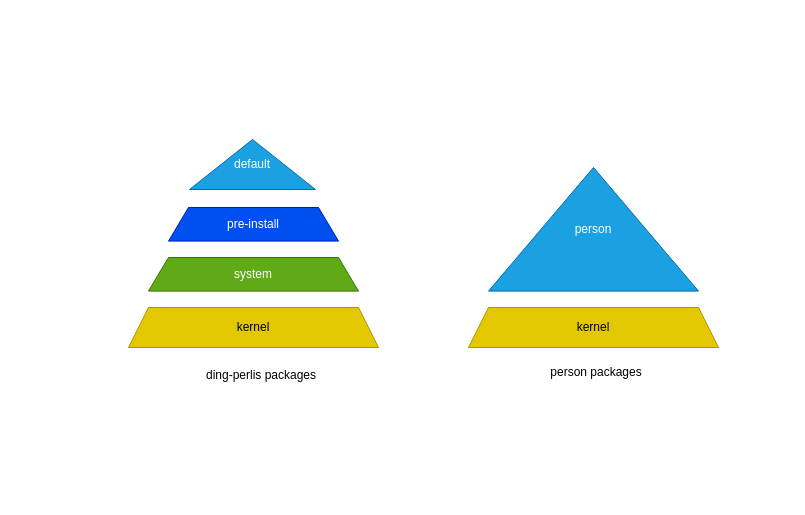
Before: dap概念图.drawio in xiaohanzhang1/draw, a draw.io diagram. Source tidied: cells renumbered, new cells numbered last; positions are measured from the earlier drawing's top-left corner, leaving out a move shared by most shapes. Both pictures are drawn from the tidied source at 100%, with x=0, y=0 at pixel (128, 139).
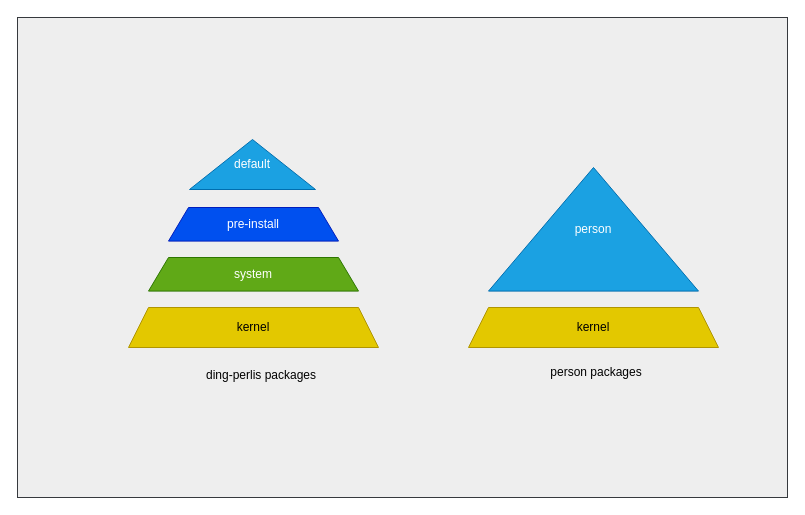
The same diagram, later.

Commit message (it also covers changes not shown here):
更新dap概念图.drawio

Diff of the diagram source:
```diff
@@
 <mxGraphModel>
   <root>
     <mxCell id="0" />
     <mxCell id="1" parent="0" />
+    <mxCell id="10" style="rounded=0;whiteSpace=wrap;html=1;fillColor=#eeeeee;strokeColor=#36393d;" parent="1" vertex="1">
+      <mxGeometry x="-111" y="-122" width="770" height="480" as="geometry" />
+    </mxCell>
     <mxCell id="2" value="kernel" style="shape=trapezoid;perimeter=trapezoidPerimeter;whiteSpace=wrap;html=1;fixedSize=1;fillColor=#e3c800;fontColor=#000000;strokeColor=#B09500;" parent="1" vertex="1">
       <mxGeometry y="168" width="250" height="40" as="geometry" />
     </mxCell>
     <mxCell id="3" value="system" style="shape=trapezoid;perimeter=trapezoidPerimeter;whiteSpace=wrap;html=1;fixedSize=1;fillColor=#60a917;fontColor=#ffffff;strokeColor=#2D7600;" parent="1" vertex="1">
       <mxGeometry x="20" y="118" width="210" height="33.6" as="geometry" />
     </mxCell>
     <mxCell id="4" value="pre-install" style="shape=trapezoid;perimeter=trapezoidPerimeter;whiteSpace=wrap;html=1;fixedSize=1;fillColor=#0050ef;fontColor=#ffffff;strokeColor=#001DBC;" parent="1" vertex="1">
       <mxGeometry x="40" y="68" width="170" height="33.6" as="geometry" />
     </mxCell>
     <mxCell id="5" value="default" style="triangle;whiteSpace=wrap;html=1;direction=north;fillColor=#1ba1e2;fontColor=#ffffff;strokeColor=#006EAF;" parent="1" vertex="1">
       <mxGeometry x="61" width="126" height="50" as="geometry" />
     </mxCell>
     <mxCell id="6" value="kernel" style="shape=trapezoid;perimeter=trapezoidPerimeter;whiteSpace=wrap;html=1;fixedSize=1;fillColor=#e3c800;fontColor=#000000;strokeColor=#B09500;" parent="1" vertex="1">
       <mxGeometry x="340" y="168" width="250" height="40" as="geometry" />
     </mxCell>
     <mxCell id="7" value="person" style="triangle;whiteSpace=wrap;html=1;direction=north;fillColor=#1ba1e2;fontColor=#ffffff;strokeColor=#006EAF;" parent="1" vertex="1">
       <mxGeometry x="360" y="28" width="210" height="123.6" as="geometry" />
     </mxCell>
     <mxCell id="8" value="ding-perlis packages" style="text;html=1;strokeColor=none;fillColor=none;align=center;verticalAlign=middle;whiteSpace=wrap;rounded=0;" parent="1" vertex="1">
       <mxGeometry x="65" y="221" width="136" height="30" as="geometry" />
     </mxCell>
     <mxCell id="9" value="person packages" style="text;html=1;strokeColor=none;fillColor=none;align=center;verticalAlign=middle;whiteSpace=wrap;rounded=0;" parent="1" vertex="1">
       <mxGeometry x="400" y="218" width="136" height="30" as="geometry" />
     </mxCell>
   </root>
 </mxGraphModel>
```
